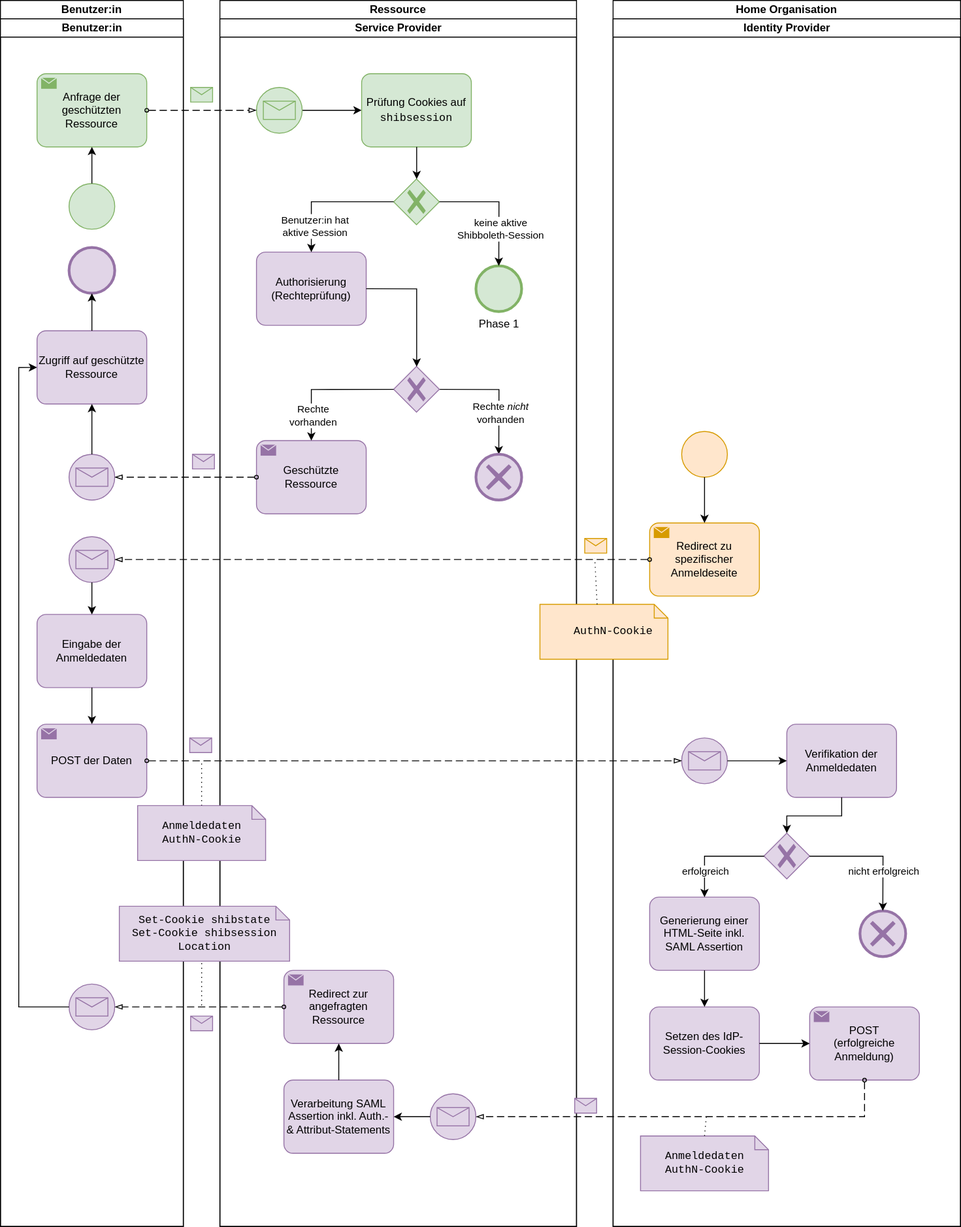
The draw.io diagram assets/bis_bpmn_phase_3.drawio.svg in nicosrm/24-bis-shibboleth, before a commit. Source tidied: cells renumbered, new cells last; positions are measured from the earlier drawing's top-left corner, leaving out a move shared by most shapes.
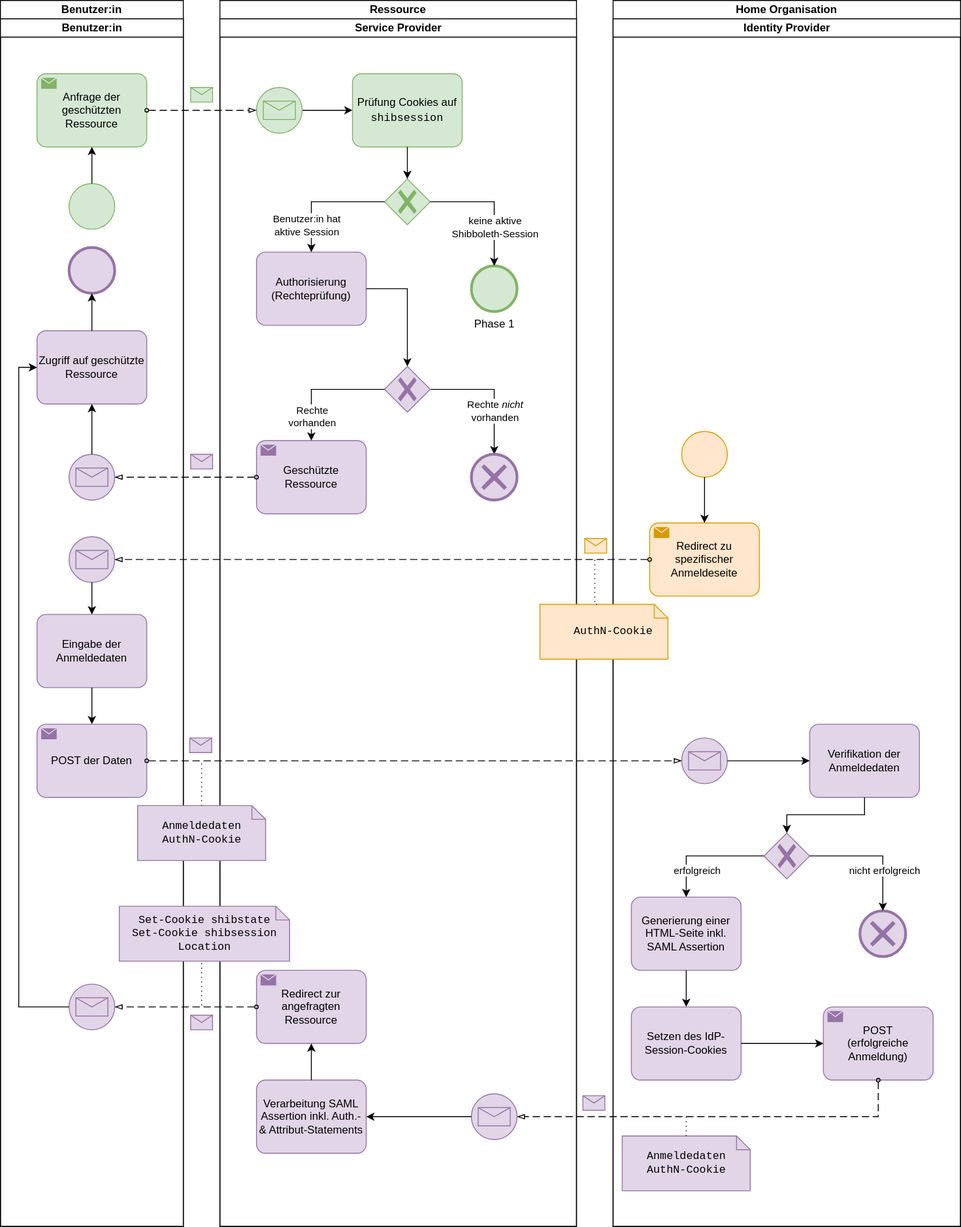
The same diagram one commit later.

Commit message:
Update layout of BPMN diagrams.

What changed in the source:
```diff
@@ -17,6 +17,6 @@
     <mxCell id="6" value="Prüfung Cookies auf&lt;font face=&quot;Courier New&quot;&gt; shibsession&lt;/font&gt;" style="points=[[0.25,0,0],[0.5,0,0],[0.75,0,0],[1,0.25,0],[1,0.5,0],[1,0.75,0],[0.75,1,0],[0.5,1,0],[0.25,1,0],[0,0.75,0],[0,0.5,0],[0,0.25,0]];shape=mxgraph.bpmn.task;whiteSpace=wrap;rectStyle=rounded;size=10;html=1;taskMarker=abstract;labelBackgroundColor=none;fillColor=#d5e8d4;strokeColor=#82b366;" parent="3" vertex="1">
-      <mxGeometry x="155" y="60" width="120" height="80" as="geometry" />
+      <mxGeometry x="145" y="60" width="120" height="80" as="geometry" />
     </mxCell>
     <mxCell id="7" style="points=[[0.25,0.25,0],[0.5,0,0],[0.75,0.25,0],[1,0.5,0],[0.75,0.75,0],[0.5,1,0],[0.25,0.75,0],[0,0.5,0]];shape=mxgraph.bpmn.gateway2;html=1;verticalLabelPosition=bottom;labelBackgroundColor=none;verticalAlign=top;align=center;perimeter=rhombusPerimeter;outlineConnect=0;outline=none;symbol=none;gwType=exclusive;fillColor=#d5e8d4;strokeColor=#82b366;" parent="3" vertex="1">
-      <mxGeometry x="190" y="175" width="50" height="50" as="geometry" />
+      <mxGeometry x="180" y="175" width="50" height="50" as="geometry" />
     </mxCell>
@@ -26,3 +26,3 @@
     <mxCell id="9" value="Phase 1" style="points=[[0.145,0.145,0],[0.5,0,0],[0.855,0.145,0],[1,0.5,0],[0.855,0.855,0],[0.5,1,0],[0.145,0.855,0],[0,0.5,0]];shape=mxgraph.bpmn.event;html=1;verticalLabelPosition=bottom;labelBackgroundColor=none;verticalAlign=top;align=center;perimeter=ellipsePerimeter;outlineConnect=0;outline=end;symbol=terminate2;fillColor=#d5e8d4;strokeColor=#82b366;" parent="3" vertex="1">
-      <mxGeometry x="280" y="270" width="50" height="50" as="geometry" />
+      <mxGeometry x="275" y="270" width="50" height="50" as="geometry" />
     </mxCell>
@@ -56,3 +56,3 @@
     <mxCell id="17" style="points=[[0.25,0.25,0],[0.5,0,0],[0.75,0.25,0],[1,0.5,0],[0.75,0.75,0],[0.5,1,0],[0.25,0.75,0],[0,0.5,0]];shape=mxgraph.bpmn.gateway2;html=1;verticalLabelPosition=bottom;labelBackgroundColor=none;verticalAlign=top;align=center;perimeter=rhombusPerimeter;outlineConnect=0;outline=none;symbol=none;gwType=exclusive;fillColor=#e1d5e7;strokeColor=#9673a6;" parent="3" vertex="1">
-      <mxGeometry x="190" y="380" width="50" height="50" as="geometry" />
+      <mxGeometry x="180" y="380" width="50" height="50" as="geometry" />
     </mxCell>
@@ -62,3 +62,3 @@
     <mxCell id="19" style="points=[[0.145,0.145,0],[0.5,0,0],[0.855,0.145,0],[1,0.5,0],[0.855,0.855,0],[0.5,1,0],[0.145,0.855,0],[0,0.5,0]];shape=mxgraph.bpmn.event;html=1;verticalLabelPosition=bottom;labelBackgroundColor=none;verticalAlign=top;align=center;perimeter=ellipsePerimeter;outlineConnect=0;outline=end;symbol=cancel;fillColor=#e1d5e7;strokeColor=#9673a6;" parent="3" vertex="1">
-      <mxGeometry x="280" y="476" width="50" height="50" as="geometry" />
+      <mxGeometry x="275" y="476" width="50" height="50" as="geometry" />
     </mxCell>
@@ -76,6 +76,6 @@
     <mxCell id="23" style="points=[[0.145,0.145,0],[0.5,0,0],[0.855,0.145,0],[1,0.5,0],[0.855,0.855,0],[0.5,1,0],[0.145,0.855,0],[0,0.5,0]];shape=mxgraph.bpmn.event;html=1;verticalLabelPosition=bottom;labelBackgroundColor=none;verticalAlign=top;align=center;perimeter=ellipsePerimeter;outlineConnect=0;outline=standard;symbol=message;fillColor=#e1d5e7;strokeColor=#9673a6;" parent="3" vertex="1">
-      <mxGeometry x="230" y="1175" width="50" height="50" as="geometry" />
+      <mxGeometry x="275" y="1175" width="50" height="50" as="geometry" />
     </mxCell>
     <mxCell id="24" value="Verarbeitung SAML Assertion inkl. Auth.- &amp;amp; Attribut-Statements" style="points=[[0.25,0,0],[0.5,0,0],[0.75,0,0],[1,0.25,0],[1,0.5,0],[1,0.75,0],[0.75,1,0],[0.5,1,0],[0.25,1,0],[0,0.75,0],[0,0.5,0],[0,0.25,0]];shape=mxgraph.bpmn.task;whiteSpace=wrap;rectStyle=rounded;size=10;html=1;taskMarker=abstract;labelBackgroundColor=none;fillColor=#e1d5e7;strokeColor=#9673a6;" parent="3" vertex="1">
-      <mxGeometry x="70" y="1160" width="120" height="80" as="geometry" />
+      <mxGeometry x="40" y="1160" width="120" height="80" as="geometry" />
     </mxCell>
@@ -85,3 +85,3 @@
     <mxCell id="26" value="Redirect zur angefragten Ressource" style="points=[[0.25,0,0],[0.5,0,0],[0.75,0,0],[1,0.25,0],[1,0.5,0],[1,0.75,0],[0.75,1,0],[0.5,1,0],[0.25,1,0],[0,0.75,0],[0,0.5,0],[0,0.25,0]];shape=mxgraph.bpmn.task;whiteSpace=wrap;rectStyle=rounded;size=10;html=1;taskMarker=send;labelBackgroundColor=none;fillColor=#e1d5e7;strokeColor=#9673a6;" parent="3" vertex="1">
-      <mxGeometry x="70" y="1040" width="120" height="80" as="geometry" />
+      <mxGeometry x="40" y="1040" width="120" height="80" as="geometry" />
     </mxCell>
@@ -165,3 +165,3 @@
     <mxCell id="51" value="Verifikation der Anmeldedaten" style="points=[[0.25,0,0],[0.5,0,0],[0.75,0,0],[1,0.25,0],[1,0.5,0],[1,0.75,0],[0.75,1,0],[0.5,1,0],[0.25,1,0],[0,0.75,0],[0,0.5,0],[0,0.25,0]];shape=mxgraph.bpmn.task;whiteSpace=wrap;rectStyle=rounded;size=10;html=1;taskMarker=abstract;labelBackgroundColor=none;fillColor=#e1d5e7;strokeColor=#9673a6;" parent="46" vertex="1">
-      <mxGeometry x="190" y="771" width="120" height="80" as="geometry" />
+      <mxGeometry x="215" y="771" width="120" height="80" as="geometry" />
     </mxCell>
@@ -173,47 +173,52 @@
     </mxCell>
-    <mxCell id="54" style="edgeStyle=orthogonalEdgeStyle;rounded=0;jettySize=auto;html=1;labelBackgroundColor=none;exitX=0.5;exitY=1;exitDx=0;exitDy=0;exitPerimeter=0;" parent="46" edge="1" source="51" target="53">
-      <mxGeometry relative="1" as="geometry" />
+    <mxCell id="54" style="points=[[0.145,0.145,0],[0.5,0,0],[0.855,0.145,0],[1,0.5,0],[0.855,0.855,0],[0.5,1,0],[0.145,0.855,0],[0,0.5,0]];shape=mxgraph.bpmn.event;html=1;verticalLabelPosition=bottom;labelBackgroundColor=none;verticalAlign=top;align=center;perimeter=ellipsePerimeter;outlineConnect=0;outline=end;symbol=cancel;fillColor=#e1d5e7;strokeColor=#9673a6;" parent="46" vertex="1">
+      <mxGeometry x="270" y="975" width="50" height="50" as="geometry" />
     </mxCell>
-    <mxCell id="55" style="points=[[0.145,0.145,0],[0.5,0,0],[0.855,0.145,0],[1,0.5,0],[0.855,0.855,0],[0.5,1,0],[0.145,0.855,0],[0,0.5,0]];shape=mxgraph.bpmn.event;html=1;verticalLabelPosition=bottom;labelBackgroundColor=none;verticalAlign=top;align=center;perimeter=ellipsePerimeter;outlineConnect=0;outline=end;symbol=cancel;fillColor=#e1d5e7;strokeColor=#9673a6;" parent="46" vertex="1">
-      <mxGeometry x="270" y="975" width="50" height="50" as="geometry" />
+    <mxCell id="55" style="edgeStyle=orthogonalEdgeStyle;rounded=0;jettySize=auto;html=1;entryX=0.5;entryY=0;entryDx=0;entryDy=0;entryPerimeter=0;labelBackgroundColor=default;" parent="46" edge="1" source="53" target="54">
+      <mxGeometry relative="1" as="geometry" />
     </mxCell>
-    <mxCell id="56" style="edgeStyle=orthogonalEdgeStyle;rounded=0;jettySize=auto;html=1;entryX=0.5;entryY=0;entryDx=0;entryDy=0;entryPerimeter=0;labelBackgroundColor=default;" parent="46" edge="1" source="53" target="55">
-      <mxGeometry relative="1" as="geometry" />
+    <mxCell id="56" value="nicht erfolgreich" style="edgeLabel;html=1;align=center;verticalAlign=middle;labelBackgroundColor=default;" parent="55" vertex="1">
+      <mxGeometry x="-0.12" y="-3" relative="1" as="geometry">
+        <mxPoint x="19" y="12" as="offset" />
+      </mxGeometry>
     </mxCell>
-    <mxCell id="57" value="nicht erfolgreich" style="edgeLabel;html=1;align=center;verticalAlign=middle;points=[];labelBackgroundColor=default;" parent="56" vertex="1">
-      <mxGeometry x="-0.12" y="-3" relative="1" as="geometry">
-        <mxPoint x="19" y="12" as="offset" />
-      </mxGeometry>
+    <mxCell id="57" value="Generierung einer HTML-Seite inkl. SAML Assertion" style="points=[[0.25,0,0],[0.5,0,0],[0.75,0,0],[1,0.25,0],[1,0.5,0],[1,0.75,0],[0.75,1,0],[0.5,1,0],[0.25,1,0],[0,0.75,0],[0,0.5,0],[0,0.25,0]];shape=mxgraph.bpmn.task;whiteSpace=wrap;rectStyle=rounded;size=10;html=1;taskMarker=abstract;labelBackgroundColor=none;fillColor=#e1d5e7;strokeColor=#9673a6;" parent="46" vertex="1">
+      <mxGeometry x="20" y="960" width="120" height="80" as="geometry" />
     </mxCell>
-    <mxCell id="58" value="Generierung einer HTML-Seite inkl. SAML Assertion" style="points=[[0.25,0,0],[0.5,0,0],[0.75,0,0],[1,0.25,0],[1,0.5,0],[1,0.75,0],[0.75,1,0],[0.5,1,0],[0.25,1,0],[0,0.75,0],[0,0.5,0],[0,0.25,0]];shape=mxgraph.bpmn.task;whiteSpace=wrap;rectStyle=rounded;size=10;html=1;taskMarker=abstract;labelBackgroundColor=none;fillColor=#e1d5e7;strokeColor=#9673a6;" parent="46" vertex="1">
-      <mxGeometry x="40" y="960" width="120" height="80" as="geometry" />
+    <mxCell id="58" style="edgeStyle=orthogonalEdgeStyle;rounded=0;jettySize=auto;html=1;labelBackgroundColor=none;" parent="46" edge="1" source="53" target="57">
+      <mxGeometry relative="1" as="geometry" />
     </mxCell>
-    <mxCell id="59" style="edgeStyle=orthogonalEdgeStyle;rounded=0;jettySize=auto;html=1;labelBackgroundColor=none;" parent="46" edge="1" source="53" target="58">
-      <mxGeometry relative="1" as="geometry" />
+    <mxCell id="59" value="erfolgreich" style="edgeLabel;html=1;align=center;verticalAlign=middle;labelBackgroundColor=default;" parent="58" vertex="1">
+      <mxGeometry x="-0.15" relative="1" as="geometry">
+        <mxPoint x="-18" y="15" as="offset" />
+      </mxGeometry>
     </mxCell>
-    <mxCell id="60" value="erfolgreich" style="edgeLabel;html=1;align=center;verticalAlign=middle;points=[];labelBackgroundColor=default;" parent="59" vertex="1">
-      <mxGeometry x="-0.15" relative="1" as="geometry">
-        <mxPoint x="-18" y="15" as="offset" />
-      </mxGeometry>
+    <mxCell id="60" value="Setzen des IdP-Session-Cookies" style="points=[[0.25,0,0],[0.5,0,0],[0.75,0,0],[1,0.25,0],[1,0.5,0],[1,0.75,0],[0.75,1,0],[0.5,1,0],[0.25,1,0],[0,0.75,0],[0,0.5,0],[0,0.25,0]];shape=mxgraph.bpmn.task;whiteSpace=wrap;rectStyle=rounded;size=10;html=1;taskMarker=abstract;labelBackgroundColor=none;fillColor=#e1d5e7;strokeColor=#9673a6;" parent="46" vertex="1">
+      <mxGeometry x="20" y="1080" width="120" height="80" as="geometry" />
     </mxCell>
-    <mxCell id="61" value="Setzen des IdP-Session-Cookies" style="points=[[0.25,0,0],[0.5,0,0],[0.75,0,0],[1,0.25,0],[1,0.5,0],[1,0.75,0],[0.75,1,0],[0.5,1,0],[0.25,1,0],[0,0.75,0],[0,0.5,0],[0,0.25,0]];shape=mxgraph.bpmn.task;whiteSpace=wrap;rectStyle=rounded;size=10;html=1;taskMarker=abstract;labelBackgroundColor=none;fillColor=#e1d5e7;strokeColor=#9673a6;" parent="46" vertex="1">
-      <mxGeometry x="40" y="1080" width="120" height="80" as="geometry" />
+    <mxCell id="61" style="edgeStyle=orthogonalEdgeStyle;rounded=0;jettySize=auto;html=1;labelBackgroundColor=none;" parent="46" edge="1" source="57" target="60">
+      <mxGeometry relative="1" as="geometry" />
     </mxCell>
-    <mxCell id="62" style="edgeStyle=orthogonalEdgeStyle;rounded=0;jettySize=auto;html=1;labelBackgroundColor=none;" parent="46" edge="1" source="58" target="61">
-      <mxGeometry relative="1" as="geometry" />
+    <mxCell id="62" value="&lt;div&gt;POST&lt;/div&gt;&lt;div&gt;(erfolgreiche Anmeldung)&lt;/div&gt;" style="points=[[0.25,0,0],[0.5,0,0],[0.75,0,0],[1,0.25,0],[1,0.5,0],[1,0.75,0],[0.75,1,0],[0.5,1,0],[0.25,1,0],[0,0.75,0],[0,0.5,0],[0,0.25,0]];shape=mxgraph.bpmn.task;whiteSpace=wrap;rectStyle=rounded;size=10;html=1;taskMarker=send;labelBackgroundColor=none;fillColor=#e1d5e7;strokeColor=#9673a6;" parent="46" vertex="1">
+      <mxGeometry x="230" y="1080" width="120" height="80" as="geometry" />
     </mxCell>
-    <mxCell id="63" value="&lt;div&gt;POST&lt;/div&gt;&lt;div&gt;(erfolgreiche Anmeldung)&lt;/div&gt;" style="points=[[0.25,0,0],[0.5,0,0],[0.75,0,0],[1,0.25,0],[1,0.5,0],[1,0.75,0],[0.75,1,0],[0.5,1,0],[0.25,1,0],[0,0.75,0],[0,0.5,0],[0,0.25,0]];shape=mxgraph.bpmn.task;whiteSpace=wrap;rectStyle=rounded;size=10;html=1;taskMarker=send;labelBackgroundColor=none;fillColor=#e1d5e7;strokeColor=#9673a6;" parent="46" vertex="1">
-      <mxGeometry x="215" y="1080" width="120" height="80" as="geometry" />
+    <mxCell id="63" style="edgeStyle=orthogonalEdgeStyle;rounded=0;jettySize=auto;html=1;labelBackgroundColor=none;" parent="46" edge="1" source="60" target="62">
+      <mxGeometry relative="1" as="geometry" />
     </mxCell>
-    <mxCell id="64" style="edgeStyle=orthogonalEdgeStyle;rounded=0;jettySize=auto;html=1;labelBackgroundColor=none;" parent="46" edge="1" source="61" target="63">
-      <mxGeometry relative="1" as="geometry" />
+    <mxCell id="64" style="group;labelBackgroundColor=none;" parent="46" vertex="1">
+      <mxGeometry x="-70" y="640" width="145" height="60" as="geometry" />
     </mxCell>
-    <mxCell id="65" style="group;labelBackgroundColor=none;" parent="46" vertex="1">
-      <mxGeometry x="-70" y="640" width="145" height="60" as="geometry" />
+    <mxCell id="65" style="shape=mxgraph.bpmn.data;labelPosition=center;verticalLabelPosition=bottom;align=center;verticalAlign=top;size=15;html=1;labelBackgroundColor=none;fillColor=#ffe6cc;strokeColor=#d79b00;" parent="64" vertex="1">
+      <mxGeometry x="-10" width="140" height="60" as="geometry" />
     </mxCell>
-    <mxCell id="66" style="shape=mxgraph.bpmn.data;labelPosition=center;verticalLabelPosition=bottom;align=center;verticalAlign=top;size=15;html=1;labelBackgroundColor=none;fillColor=#ffe6cc;strokeColor=#d79b00;" parent="65" vertex="1">
-      <mxGeometry x="-10" width="140" height="60" as="geometry" />
+    <mxCell id="66" value="AuthN-Cookie" style="text;html=1;align=center;verticalAlign=middle;points=[];strokeColor=none;fillColor=none;fontFamily=Courier New;labelBackgroundColor=none;" parent="64" vertex="1">
+      <mxGeometry x="15" y="15" width="110" height="30" as="geometry" />
     </mxCell>
-    <mxCell id="67" value="AuthN-Cookie" style="text;html=1;align=center;verticalAlign=middle;strokeColor=none;fillColor=none;fontFamily=Courier New;labelBackgroundColor=none;" parent="65" vertex="1">
-      <mxGeometry x="15" y="15" width="110" height="30" as="geometry" />
+    <mxCell id="67" style="edgeStyle=orthogonalEdgeStyle;rounded=0;jettySize=auto;html=1;entryX=0.5;entryY=0;entryDx=0;entryDy=0;entryPerimeter=0;" parent="46" edge="1" source="51" target="53">
+      <mxGeometry relative="1" as="geometry">
+        <Array as="points">
+          <mxPoint x="275" y="870" />
+          <mxPoint x="190" y="870" />
+        </Array>
+      </mxGeometry>
     </mxCell>
@@ -243,3 +248,3 @@
     </mxCell>
-    <mxCell id="74" style="edgeStyle=elbowEdgeStyle;fontSize=12;html=1;endFill=0;startFill=0;endSize=6;startSize=6;dashed=1;dashPattern=1 4;endArrow=none;startArrow=none;rounded=0;exitX=0;exitY=0;exitDx=62.5;exitDy=0;exitPerimeter=0;" parent="1" edge="1" source="66">
+    <mxCell id="74" style="edgeStyle=elbowEdgeStyle;fontSize=12;html=1;endFill=0;startFill=0;endSize=6;startSize=6;dashed=1;dashPattern=1 4;endArrow=none;startArrow=none;rounded=0;exitX=0;exitY=0;exitDx=62.5;exitDy=0;exitPerimeter=0;" parent="1" edge="1" source="65">
       <mxGeometry relative="1" as="geometry">
@@ -259,6 +264,6 @@
     </mxCell>
-    <mxCell id="77" style="endArrow=blockThin;html=1;labelPosition=left;verticalLabelPosition=middle;align=right;verticalAlign=middle;dashed=1;dashPattern=8 4;endFill=0;startArrow=oval;startFill=0;endSize=6;startSize=4;rounded=0;exitX=0.5;exitY=1;exitDx=0;exitDy=0;exitPerimeter=0;entryX=1;entryY=0.5;entryDx=0;entryDy=0;entryPerimeter=0;" parent="1" edge="1" source="63" target="23">
+    <mxCell id="77" style="endArrow=blockThin;html=1;labelPosition=left;verticalLabelPosition=middle;align=right;verticalAlign=middle;dashed=1;dashPattern=8 4;endFill=0;startArrow=oval;startFill=0;endSize=6;startSize=4;rounded=0;exitX=0.5;exitY=1;exitDx=0;exitDy=0;exitPerimeter=0;entryX=1;entryY=0.5;entryDx=0;entryDy=0;entryPerimeter=0;" parent="1" edge="1" source="62" target="23">
       <mxGeometry relative="1" as="geometry">
         <Array as="points">
-          <mxPoint x="945" y="1220" />
+          <mxPoint x="960" y="1220" />
         </Array>
@@ -268,3 +273,3 @@
       <mxGeometry width="24" height="16" relative="1" as="geometry">
-        <mxPoint x="-125" y="-20" as="offset" />
+        <mxPoint x="-145" y="-23" as="offset" />
       </mxGeometry>
@@ -272,3 +277,3 @@
     <mxCell id="79" style="group;labelBackgroundColor=none;" parent="1" vertex="1">
-      <mxGeometry x="700" y="1241" width="140" height="60" as="geometry" />
+      <mxGeometry x="680" y="1241" width="140" height="60" as="geometry" />
     </mxCell>
@@ -282,3 +287,3 @@
       <mxGeometry relative="1" as="geometry">
-        <mxPoint x="770" y="1220" as="targetPoint" />
+        <mxPoint x="750" y="1220" as="targetPoint" />
       </mxGeometry>
@@ -290,3 +295,3 @@
       <mxGeometry width="24" height="16" relative="1" as="geometry">
-        <mxPoint x="-10" y="10" as="offset" />
+        <mxPoint x="6" y="9" as="offset" />
       </mxGeometry>
```
